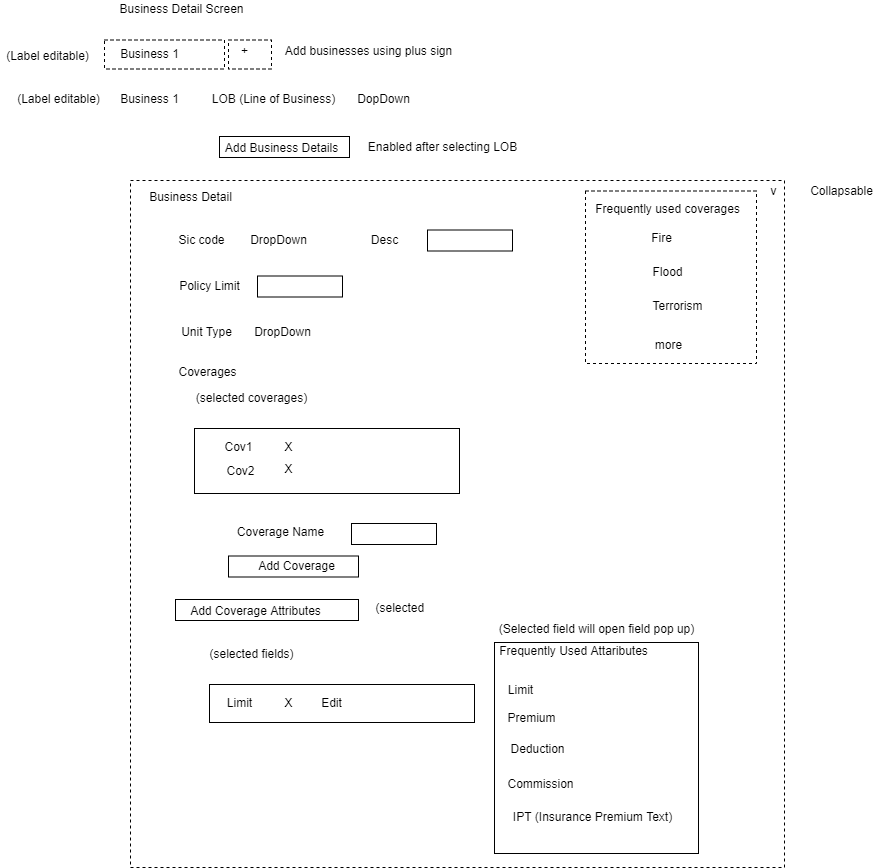
Before: Untitled Diagram-Page-5.drawio.png, a diagram exported from draw.io (idslamba/test). Source tidied: cells renumbered, new cells last; positions are measured from the earlier drawing's top-left corner, leaving out a move shared by most shapes.
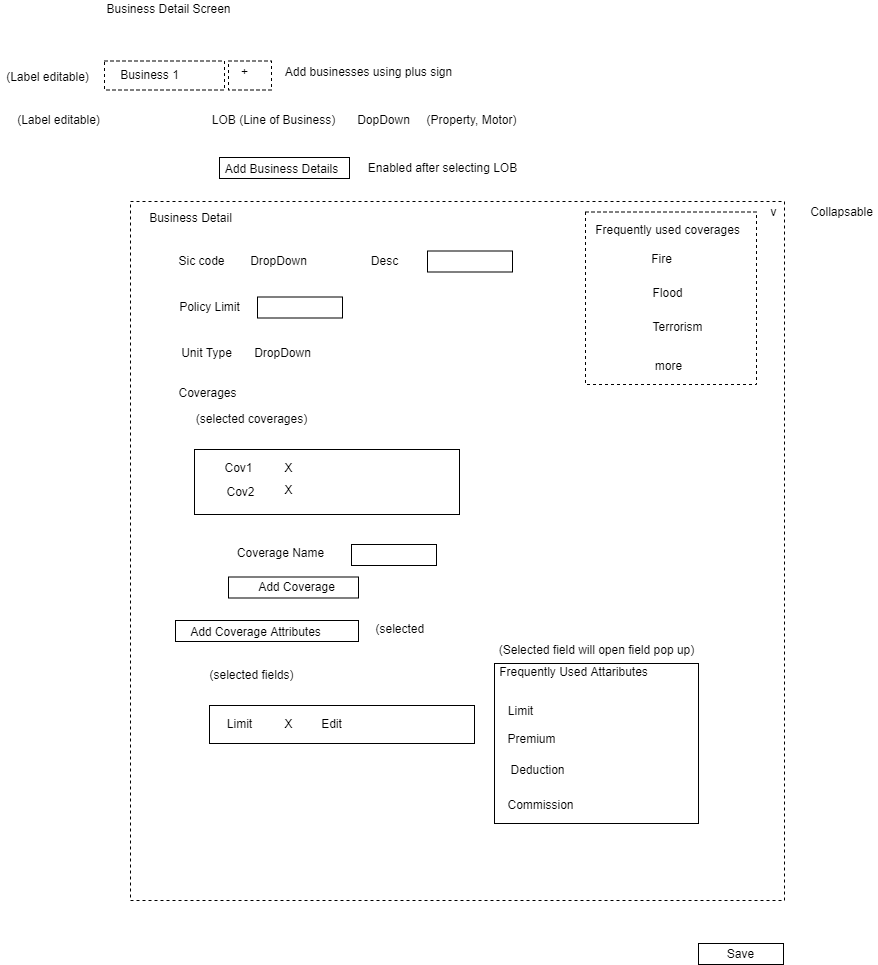
After the commit.

Change to the diagram source:
```diff
@@ -9,10 +9,10 @@
       <mxGeometry x="104" y="39.5" width="120" height="29" as="geometry" />
     </mxCell>
     <mxCell id="4" style="rounded=0;whiteSpace=wrap;html=1;dashed=1;" parent="1" vertex="1">
-      <mxGeometry x="130" y="180" width="654" height="687" as="geometry" />
+      <mxGeometry x="130" y="180" width="654" height="699" as="geometry" />
     </mxCell>
     <mxCell id="5" style="rounded=0;whiteSpace=wrap;html=1;" parent="1" vertex="1">
-      <mxGeometry x="494" y="642" width="204" height="211" as="geometry" />
+      <mxGeometry x="494" y="642" width="204" height="160" as="geometry" />
     </mxCell>
     <mxCell id="6" style="rounded=0;whiteSpace=wrap;html=1;" parent="1" vertex="1">
       <mxGeometry x="228" y="555.5" width="130" height="21" as="geometry" />
@@ -20,9 +20,6 @@
     <mxCell id="7" style="rounded=0;whiteSpace=wrap;html=1;" parent="1" vertex="1">
       <mxGeometry x="219" y="136" width="130" height="21" as="geometry" />
     </mxCell>
-    <mxCell id="8" value="Business 1" style="text;html=1;align=center;verticalAlign=middle;strokeColor=none;fillColor=none;" parent="1" vertex="1">
-      <mxGeometry x="114" y="90" width="69" height="18" as="geometry" />
-    </mxCell>
     <mxCell id="9" value="LOB (Line of Business)" style="text;html=1;align=center;verticalAlign=middle;strokeColor=none;fillColor=none;" parent="1" vertex="1">
       <mxGeometry x="206" y="90" width="133" height="18" as="geometry" />
     </mxCell>
@@ -30,7 +27,7 @@
       <mxGeometry x="351" y="90" width="63" height="18" as="geometry" />
     </mxCell>
     <mxCell id="11" value="Business Detail Screen" style="text;html=1;align=center;verticalAlign=middle;strokeColor=none;fillColor=none;" parent="1" vertex="1">
-      <mxGeometry x="114" width="134" height="18" as="geometry" />
+      <mxGeometry x="101" y="-21" width="134" height="18" as="geometry" />
     </mxCell>
     <mxCell id="12" value="Add Business Details" style="text;html=1;align=center;verticalAlign=middle;strokeColor=none;fillColor=none;" parent="1" vertex="1">
       <mxGeometry x="219" y="139" width="123" height="18" as="geometry" />
@@ -104,9 +101,6 @@
     <mxCell id="35" value="Commission" style="text;html=1;align=center;verticalAlign=middle;strokeColor=none;fillColor=none;" parent="1" vertex="1">
       <mxGeometry x="502" y="775" width="76" height="18" as="geometry" />
     </mxCell>
-    <mxCell id="36" value="IPT (Insurance Premium Text)" style="text;html=1;align=center;verticalAlign=middle;strokeColor=none;fillColor=none;" parent="1" vertex="1">
-      <mxGeometry x="507" y="808" width="169" height="18" as="geometry" />
-    </mxCell>
     <mxCell id="37" style="rounded=0;whiteSpace=wrap;html=1;" parent="1" vertex="1">
       <mxGeometry x="194" y="428" width="265" height="65" as="geometry" />
     </mxCell>
@@ -179,5 +173,11 @@
     <mxCell id="60" value="Enabled after selecting LOB" style="text;html=1;align=center;verticalAlign=middle;strokeColor=none;fillColor=none;" parent="1" vertex="1">
       <mxGeometry x="362" y="137.5" width="159" height="18" as="geometry" />
     </mxCell>
+    <mxCell id="61" value="Save" style="rounded=0;whiteSpace=wrap;html=1;" parent="1" vertex="1">
+      <mxGeometry x="698" y="922" width="85" height="21" as="geometry" />
+    </mxCell>
+    <mxCell id="62" value="(Property, Motor)" style="text;html=1;align=center;verticalAlign=middle;strokeColor=none;fillColor=none;" parent="1" vertex="1">
+      <mxGeometry x="421" y="90" width="100" height="18" as="geometry" />
+    </mxCell>
   </root>
 </mxGraphModel>
```
